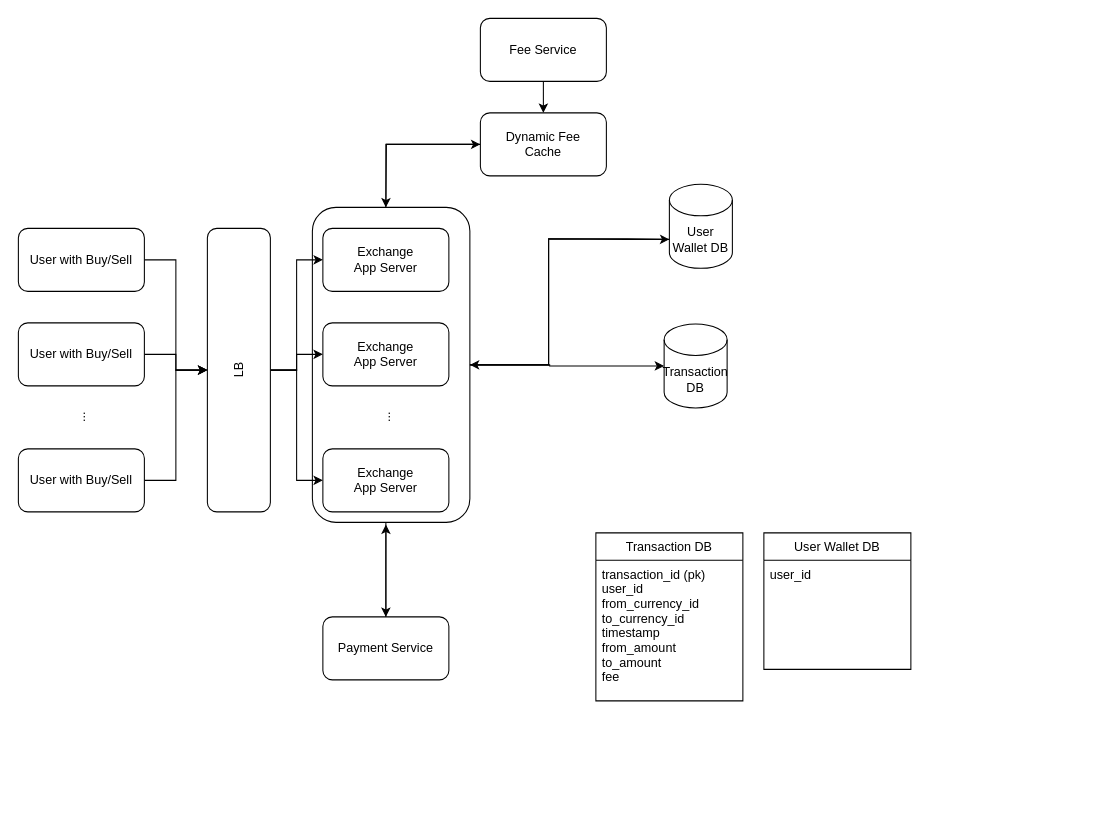
Earlier version of the draw.io diagram drawios/Exchange System Design.drawio (whmou/component-archs). Source tidied: cells renumbered, new cells numbered last; positions are measured from the earlier drawing's top-left corner, leaving out a move shared by most shapes. Both pictures are drawn from the tidied source at 105%, with x=0, y=0 at pixel (18, 18).
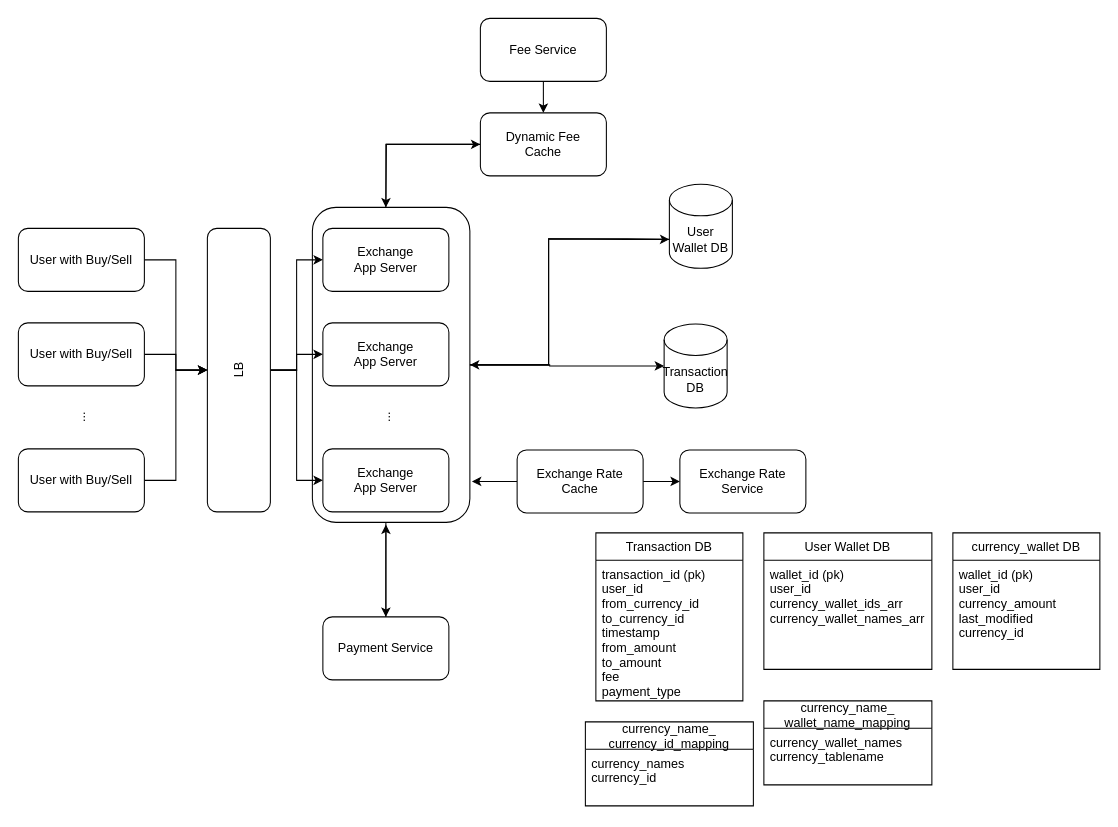
After the change.

Unchanged cells that the change refers to:
```xml
<mxCell id="5" style="rounded=1;whiteSpace=wrap;html=1;" parent="1" vertex="1">
  <mxGeometry x="280" y="180" width="150" height="300" as="geometry" />
</mxCell>
<mxCell id="31" value="Transaction DB" style="swimlane;fontStyle=0;horizontal=1;startSize=26;" parent="1" vertex="1">
  <mxGeometry x="550" y="490" width="140" height="160" as="geometry" />
</mxCell>
```

What changed in the source:
```diff
@@
     <mxCell id="28" value="User Wallet DB" style="swimlane;fontStyle=0;horizontal=1;startSize=26;" parent="1" vertex="1">
-      <mxGeometry x="710" y="490" width="140" height="130" as="geometry" />
+      <mxGeometry x="710" y="490" width="160" height="130" as="geometry" />
     </mxCell>
-    <mxCell id="29" value="user_id&#10;" style="text;strokeColor=none;fillColor=none;align=left;verticalAlign=top;spacingLeft=4;spacingRight=4;overflow=hidden;" parent="28" vertex="1">
-      <mxGeometry y="26" width="140" height="104" as="geometry" />
+    <mxCell id="29" value="wallet_id (pk)&#10;user_id&#10;currency_wallet_ids_arr&#10;currency_wallet_names_arr&#10;" style="text;strokeColor=none;fillColor=none;align=left;verticalAlign=top;spacingLeft=4;spacingRight=4;overflow=hidden;" parent="28" vertex="1">
+      <mxGeometry y="26" width="160" height="104" as="geometry" />
     </mxCell>
@@
-    <mxCell id="32" value="transaction_id (pk)&#10;user_id&#10;from_currency_id&#10;to_currency_id      &#10;timestamp&#10;from_amount&#10;to_amount&#10;fee&#10;&#10;" style="text;strokeColor=none;fillColor=none;align=left;verticalAlign=top;spacingLeft=4;spacingRight=4;overflow=hidden;" parent="31" vertex="1">
+    <mxCell id="32" value="transaction_id (pk)&#10;user_id&#10;from_currency_id&#10;to_currency_id      &#10;timestamp&#10;from_amount&#10;to_amount&#10;fee&#10;payment_type&#10;&#10;" style="text;strokeColor=none;fillColor=none;align=left;verticalAlign=top;spacingLeft=4;spacingRight=4;overflow=hidden;" parent="31" vertex="1">
       <mxGeometry y="26" width="140" height="134" as="geometry" />
     </mxCell>
@@
+    <mxCell id="35" value="currency_wallet DB" style="swimlane;fontStyle=0;horizontal=1;startSize=26;" parent="1" vertex="1">
+      <mxGeometry x="890" y="490" width="140" height="130" as="geometry" />
+    </mxCell>
+    <mxCell id="36" value="wallet_id (pk)&#10;user_id&#10;currency_amount&#10;last_modified&#10;currency_id" style="text;strokeColor=none;fillColor=none;align=left;verticalAlign=top;spacingLeft=4;spacingRight=4;overflow=hidden;" parent="35" vertex="1">
+      <mxGeometry y="26" width="140" height="104" as="geometry" />
+    </mxCell>
+    <mxCell id="37" value="currency_name_&#10;wallet_name_mapping" style="swimlane;fontStyle=0;horizontal=1;startSize=26;" parent="1" vertex="1">
+      <mxGeometry x="710" y="650" width="160" height="80" as="geometry" />
+    </mxCell>
+    <mxCell id="38" value="currency_wallet_names&#10;currency_tablename&#10;" style="text;strokeColor=none;fillColor=none;align=left;verticalAlign=top;spacingLeft=4;spacingRight=4;overflow=hidden;" parent="37" vertex="1">
+      <mxGeometry y="26" width="160" height="54" as="geometry" />
+    </mxCell>
+    <mxCell id="39" value="currency_name_&#10;currency_id_mapping" style="swimlane;fontStyle=0;horizontal=1;startSize=26;" parent="1" vertex="1">
+      <mxGeometry x="540" y="670" width="160" height="80" as="geometry" />
+    </mxCell>
+    <mxCell id="40" value="currency_names&#10;currency_id" style="text;strokeColor=none;fillColor=none;align=left;verticalAlign=top;spacingLeft=4;spacingRight=4;overflow=hidden;" parent="39" vertex="1">
+      <mxGeometry y="26" width="160" height="54" as="geometry" />
+    </mxCell>
+    <mxCell id="41" value="Exchange Rate Service" style="rounded=1;whiteSpace=wrap;html=1;" parent="1" vertex="1">
+      <mxGeometry x="630" y="411" width="120" height="60" as="geometry" />
+    </mxCell>
+    <mxCell id="42" style="edgeStyle=orthogonalEdgeStyle;rounded=0;jettySize=auto;html=1;" parent="1" edge="1" source="44" target="41">
+      <mxGeometry relative="1" as="geometry" />
+    </mxCell>
+    <mxCell id="43" style="edgeStyle=orthogonalEdgeStyle;rounded=0;jettySize=auto;html=1;entryX=1.013;entryY=0.87;entryDx=0;entryDy=0;entryPerimeter=0;" parent="1" edge="1" source="44" target="5">
+      <mxGeometry relative="1" as="geometry" />
+    </mxCell>
+    <mxCell id="44" value="Exchange Rate&lt;br&gt;Cache" style="rounded=1;whiteSpace=wrap;html=1;" parent="1" vertex="1">
+      <mxGeometry x="475" y="411" width="120" height="60" as="geometry" />
+    </mxCell>
```
